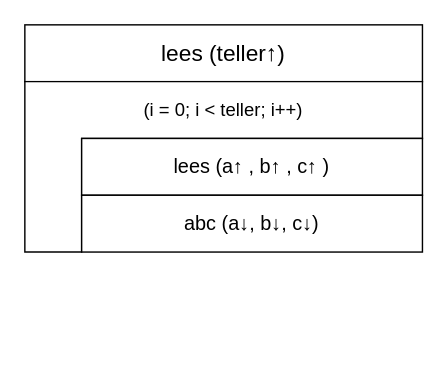
Earlier version of the draw.io diagram page "Page-1" (1 of 2) of Untitled Diagram.drawio (qscholten/TestRep). Source tidied: cells renumbered, new cells numbered last; positions are measured from the earlier drawing's top-left corner, leaving out a move shared by most shapes. Both pictures are drawn from the tidied source at 142%, with x=0, y=0 at pixel (24, 24).
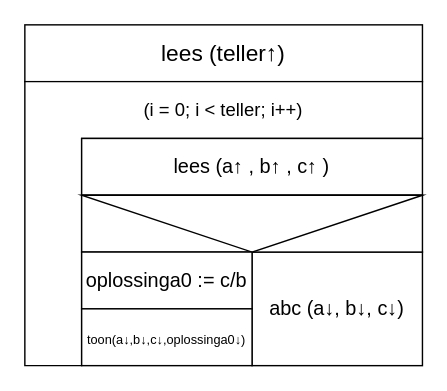
Above is the later version.

Diff of the diagram source:
```diff
@@
 <mxGraphModel>
   <root>
     <mxCell id="0" />
     <mxCell id="1" parent="0" />
     <mxCell id="2" value="&lt;font style=&quot;font-size: 16px&quot;&gt;lees (teller↑)&lt;/font&gt;" style="rounded=0;whiteSpace=wrap;html=1;fontFamily=Helvetica;fontSize=8;" parent="1" vertex="1">
       <mxGeometry width="280" height="40" as="geometry" />
     </mxCell>
     <mxCell id="3" style="shape=corner;whiteSpace=wrap;html=1;fontFamily=Helvetica;fontSize=8;dx=40;dy=40;" parent="1" vertex="1">
-      <mxGeometry y="40" width="280" height="120" as="geometry" />
+      <mxGeometry y="40" width="280" height="200" as="geometry" />
     </mxCell>
     <mxCell id="4" value="&lt;font style=&quot;font-size: 13px&quot;&gt;(i = 0; i &amp;lt; teller; i++)&lt;/font&gt;" style="text;html=1;strokeColor=none;fillColor=none;align=center;verticalAlign=middle;whiteSpace=wrap;rounded=0;fontFamily=Helvetica;fontSize=8;" parent="1" vertex="1">
       <mxGeometry y="40" width="280" height="40" as="geometry" />
     </mxCell>
     <mxCell id="5" value="&lt;font style=&quot;font-size: 14px&quot;&gt;lees (a↑ , b↑ , c↑ )&lt;/font&gt;" style="rounded=0;whiteSpace=wrap;html=1;fontFamily=Helvetica;fontSize=8;" parent="1" vertex="1">
       <mxGeometry x="40" y="80" width="240" height="40" as="geometry" />
     </mxCell>
     <mxCell id="6" value="&lt;font style=&quot;font-size: 14px&quot;&gt;abc (a↓, b↓, c↓)&lt;/font&gt;" style="rounded=0;whiteSpace=wrap;html=1;fontFamily=Helvetica;fontSize=8;" parent="1" vertex="1">
-      <mxGeometry x="40" y="120" width="240" height="40" as="geometry" />
+      <mxGeometry x="160" y="160" width="120" height="80" as="geometry" />
     </mxCell>
+    <mxCell id="7" style="rounded=0;whiteSpace=wrap;html=1;fontFamily=Helvetica;fontSize=14;" parent="1" vertex="1">
+      <mxGeometry x="40" y="120" width="240" height="40" as="geometry" />
+    </mxCell>
+    <mxCell id="8" style="triangle;whiteSpace=wrap;html=1;fontFamily=Helvetica;fontSize=14;rotation=90;" parent="1" vertex="1">
+      <mxGeometry x="140" y="20" width="40" height="240" as="geometry" />
+    </mxCell>
+    <mxCell id="9" value="oplossinga0 := c/b" style="rounded=0;whiteSpace=wrap;html=1;fontFamily=Helvetica;fontSize=14;" parent="1" vertex="1">
+      <mxGeometry x="40" y="160" width="120" height="40" as="geometry" />
+    </mxCell>
+    <mxCell id="10" value="&lt;font style=&quot;font-size: 9px&quot;&gt;toon(a↓,b↓,c↓,oplossinga0↓)&lt;/font&gt;" style="rounded=0;whiteSpace=wrap;html=1;fontFamily=Helvetica;fontSize=14;" parent="1" vertex="1">
+      <mxGeometry x="40" y="200" width="120" height="40" as="geometry" />
+    </mxCell>
   </root>
 </mxGraphModel>
```
